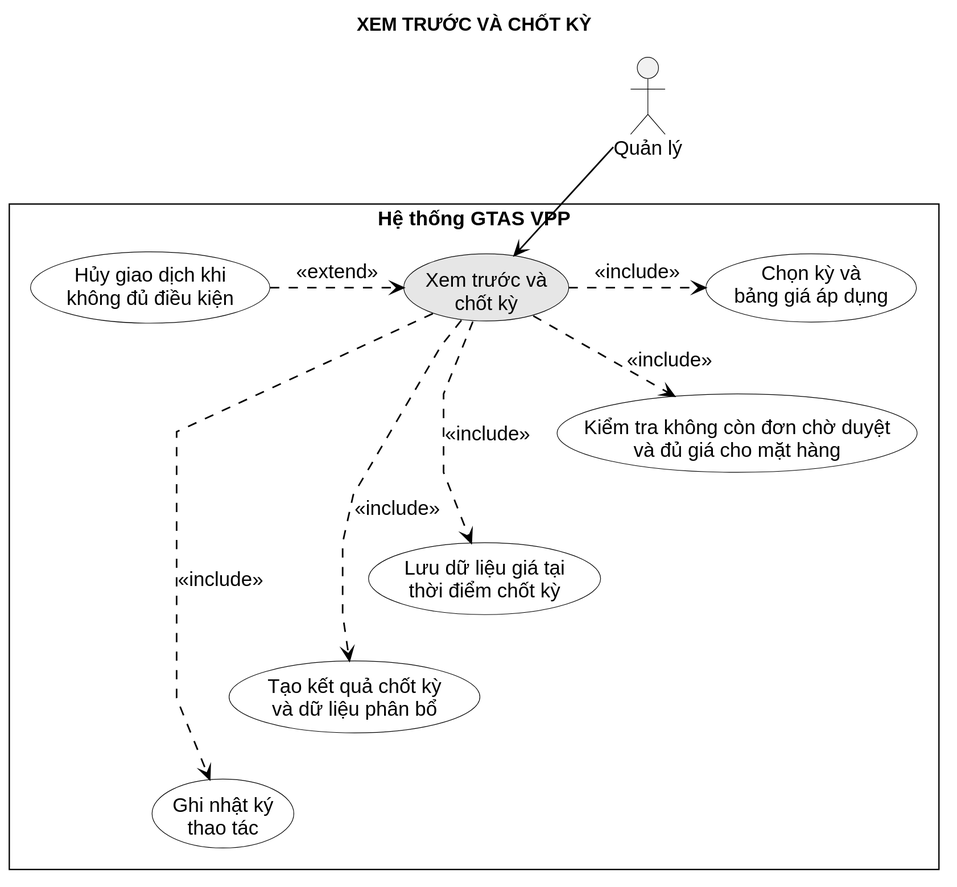
Earlier version of the PlantUML export LVTN/diagrams/ch03/use-case-settle-period.svg (Miikey24s/gtas_vpp).
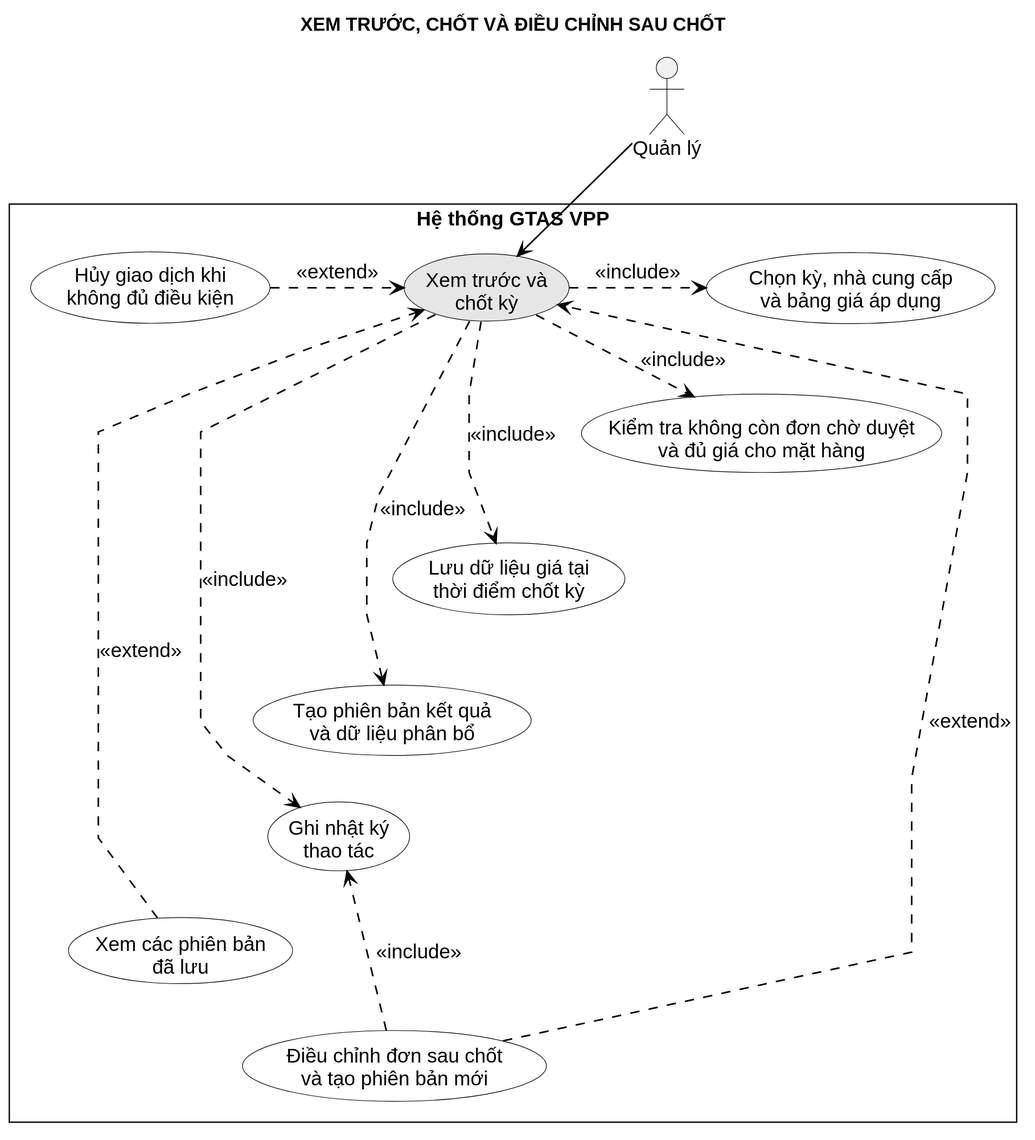
The same file after the commit.

Diff of the diagram source:
```diff
@@ -1,15 +1,17 @@
 @startuml
 !include ../common/usecase-style.puml
-title XEM TRƯỚC VÀ CHỐT KỲ
+title XEM TRƯỚC, CHỐT VÀ ĐIỀU CHỈNH SAU CHỐT
 
 actor "Quản lý" as Procurement
 
 rectangle "Hệ thống GTAS VPP" {
   usecase "Xem trước và\nchốt kỳ" as Settle #E6E6E6
-  usecase "Chọn kỳ và\nbảng giá áp dụng" as Select
+  usecase "Chọn kỳ, nhà cung cấp\nvà bảng giá áp dụng" as Select
   usecase "Kiểm tra không còn đơn chờ duyệt\nvà đủ giá cho mặt hàng" as Validate
   usecase "Lưu dữ liệu giá tại\nthời điểm chốt kỳ" as Snapshot
-  usecase "Tạo kết quả chốt kỳ\nvà dữ liệu phân bổ" as Mark
+  usecase "Tạo phiên bản kết quả\nvà dữ liệu phân bổ" as Mark
+  usecase "Xem các phiên bản\nđã lưu" as History
+  usecase "Điều chỉnh đơn sau chốt\nvà tạo phiên bản mới" as Correct
   usecase "Ghi nhật ký\nthao tác" as Log
   usecase "Hủy giao dịch khi\nkhông đủ điều kiện" as Rollback
 
@@ -18,12 +20,17 @@
   Settle .> Snapshot : <<include>>
   Settle .> Mark : <<include>>
   Settle .> Log : <<include>>
+  History .> Settle : <<extend>>
+  Correct .> Settle : <<extend>>
+  Correct .> Log : <<include>>
   Rollback .> Settle : <<extend>>
 
   Select -[hidden]down- Validate
   Validate -[hidden]down- Snapshot
   Snapshot -[hidden]down- Mark
   Mark -[hidden]down- Log
+  Log -[hidden]down- History
+  History -[hidden]down- Correct
 }
 
 Procurement -[hidden]down- Select
```
